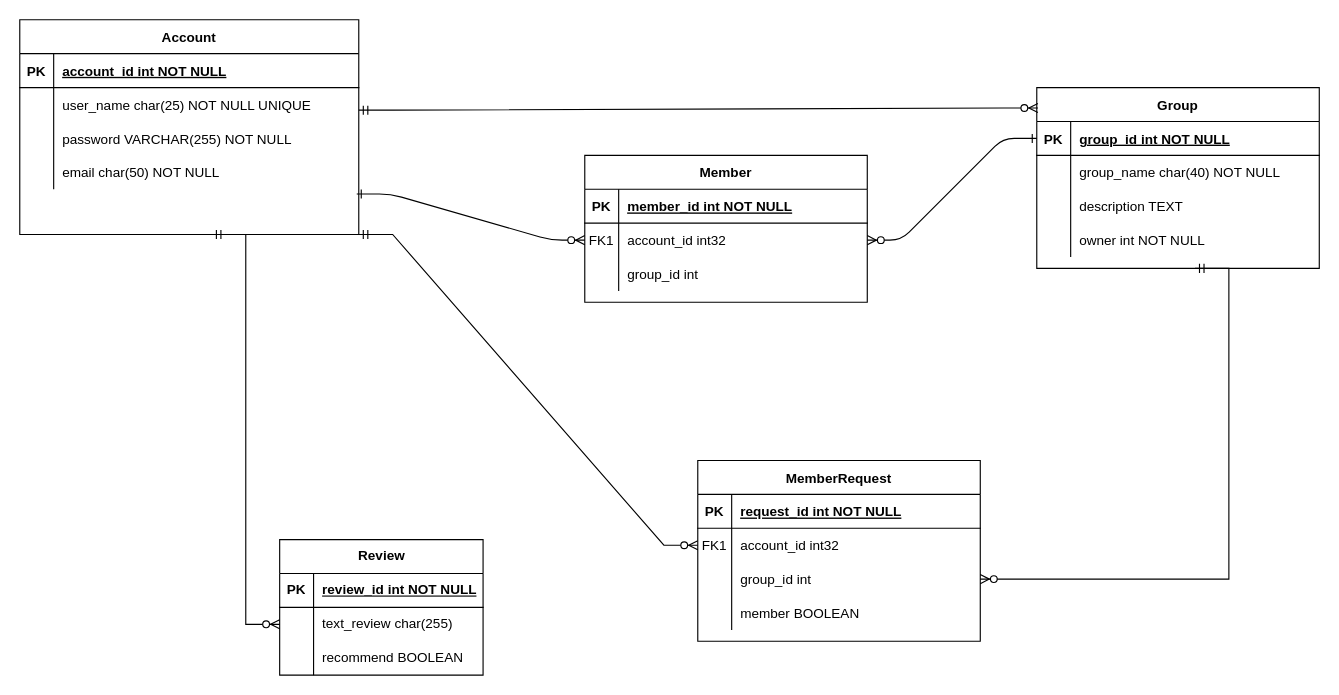
TVT22-23/WebbikehitysProjekti keeps this draw.io diagram as ER-Diagraw_WebProject.drawio. Above is the earlier version. Source tidied: cells renumbered, new cells numbered last; positions are measured from the earlier drawing's top-left corner, leaving out a move shared by most shapes. Both pictures are drawn from the tidied source at 113%, with x=0, y=0 at pixel (19, 19).
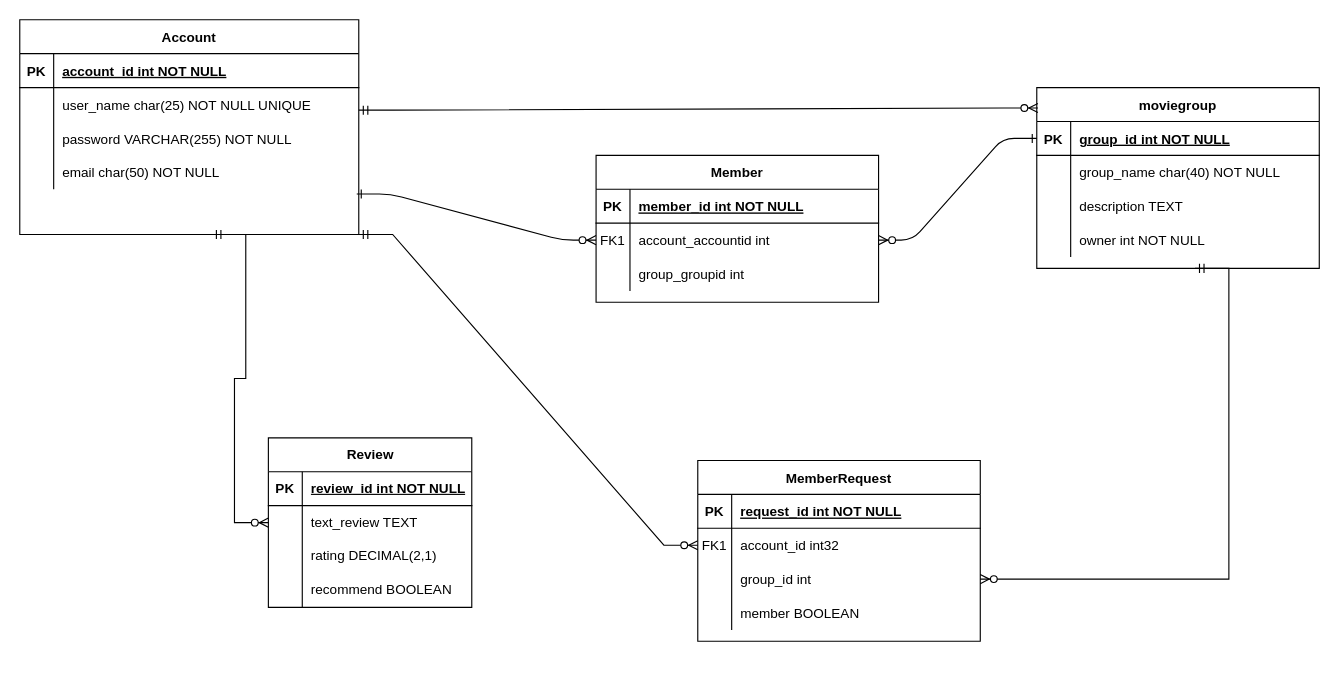
The same page after the edit.

Unchanged cells that the change refers to:
```xml
<mxCell id="21" style="shape=partialRectangle;fillColor=none;points=[[0,0.5],[1,0.5]];portConstraint=eastwest;top=0;left=0;right=0;bottom=0;" parent="17" vertex="1">
  <mxGeometry y="60" width="250" height="30" as="geometry" />
</mxCell>
<mxCell id="24" style="shape=partialRectangle;fillColor=none;top=0;left=0;right=0;bottom=0;" parent="17" vertex="1">
  <mxGeometry y="90" width="250" height="30" as="geometry" />
</mxCell>
<mxCell id="44" style="shape=tableRow;horizontal=0;startSize=0;swimlaneHead=0;swimlaneBody=0;fillColor=none;points=[[0,0.5],[1,0.5]];portConstraint=eastwest;top=0;left=0;right=0;bottom=0;" parent="40" vertex="1">
  <mxGeometry y="60" width="180" height="30" as="geometry" />
</mxCell>
```

Diff of the diagram source:
```diff
@@
-    <mxCell id="4" value="Group" style="shape=table;startSize=30;childLayout=tableLayout;rowLines=0;fontStyle=1;align=center;" parent="1" vertex="1">
+    <mxCell id="4" value="moviegroup" style="shape=table;startSize=30;childLayout=tableLayout;rowLines=0;fontStyle=1;align=center;" parent="1" vertex="1">
       <mxGeometry x="900" y="60" width="250" height="160" as="geometry" />
     </mxCell>
@@
     <mxCell id="17" value="Member" style="shape=table;startSize=30;childLayout=tableLayout;rowLines=0;fontStyle=1;align=center;" parent="1" vertex="1">
-      <mxGeometry x="500" y="120" width="250" height="130" as="geometry" />
+      <mxGeometry x="510" y="120" width="250" height="130" as="geometry" />
     </mxCell>
@@
-    <mxCell id="23" value="account_id int32" style="shape=partialRectangle;overflow=hidden;fillColor=none;top=0;left=0;bottom=0;right=0;align=left;spacingLeft=6;" parent="21" vertex="1">
+    <mxCell id="23" value="account_accountid int" style="shape=partialRectangle;overflow=hidden;fillColor=none;top=0;left=0;bottom=0;right=0;align=left;spacingLeft=6;" parent="21" vertex="1">
       <mxGeometry x="30" width="220" height="30" as="geometry" />
     </mxCell>
@@
-    <mxCell id="26" value="group_id int" style="shape=partialRectangle;overflow=hidden;fillColor=none;top=0;left=0;bottom=0;right=0;align=left;spacingLeft=6;" parent="24" vertex="1">
+    <mxCell id="26" value="group_groupid int" style="shape=partialRectangle;overflow=hidden;fillColor=none;top=0;left=0;bottom=0;right=0;align=left;spacingLeft=6;" parent="24" vertex="1">
       <mxGeometry x="30" width="220" height="30" as="geometry" />
     </mxCell>
@@
     <mxCell id="40" value="Review" style="shape=table;startSize=30;childLayout=tableLayout;rowLines=0;fontStyle=1;align=center;html=1;" parent="1" vertex="1">
-      <mxGeometry x="230" y="460" width="180" height="120" as="geometry" />
+      <mxGeometry x="220" y="370" width="180" height="150" as="geometry" />
     </mxCell>
@@
-    <mxCell id="46" value="text_review char(255)" style="shape=partialRectangle;fillColor=none;top=0;left=0;bottom=0;right=0;align=left;spacingLeft=6;overflow=hidden;whiteSpace=wrap;html=1;" parent="44" vertex="1">
+    <mxCell id="46" value="text_review TEXT" style="shape=partialRectangle;fillColor=none;top=0;left=0;bottom=0;right=0;align=left;spacingLeft=6;overflow=hidden;whiteSpace=wrap;html=1;" parent="44" vertex="1">
       <mxGeometry x="30" width="150" height="30" as="geometry" />
     </mxCell>
+    <mxCell id="67" style="shape=tableRow;horizontal=0;startSize=0;swimlaneHead=0;swimlaneBody=0;fillColor=none;top=0;left=0;right=0;bottom=0;" parent="40" vertex="1">
+      <mxGeometry y="90" width="180" height="30" as="geometry" />
+    </mxCell>
+    <mxCell id="68" style="shape=partialRectangle;fillColor=none;top=0;left=0;bottom=0;right=0;overflow=hidden;whiteSpace=wrap;html=1;" parent="67" vertex="1">
+      <mxGeometry width="30" height="30" as="geometry" />
+    </mxCell>
+    <mxCell id="69" value="rating DECIMAL(2,1)" style="shape=partialRectangle;fillColor=none;top=0;left=0;bottom=0;right=0;align=left;spacingLeft=6;overflow=hidden;whiteSpace=wrap;html=1;" parent="67" vertex="1">
+      <mxGeometry x="30" width="150" height="30" as="geometry" />
+    </mxCell>
     <mxCell id="47" style="shape=tableRow;horizontal=0;startSize=0;swimlaneHead=0;swimlaneBody=0;fillColor=none;top=0;left=0;right=0;bottom=0;" parent="40" vertex="1">
-      <mxGeometry y="90" width="180" height="30" as="geometry" />
+      <mxGeometry y="120" width="180" height="30" as="geometry" />
     </mxCell>
```
